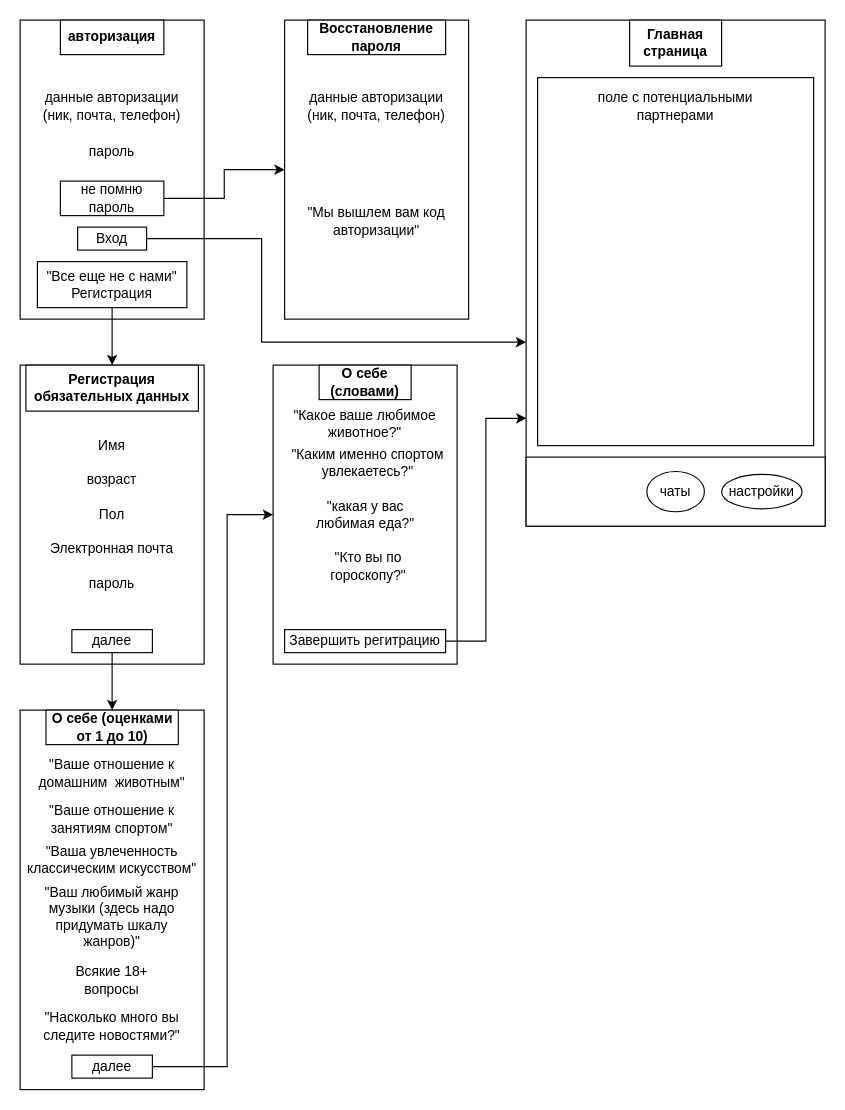
Before: Диаграмма без названия.drawio in OskarGaliullin231-329/tinder-analog, a draw.io diagram. Source tidied: cells renumbered, new cells numbered last; positions are measured from the earlier drawing's top-left corner, leaving out a move shared by most shapes. Both pictures are drawn from the tidied source at 115%, with x=0, y=0 at pixel (20, 20).
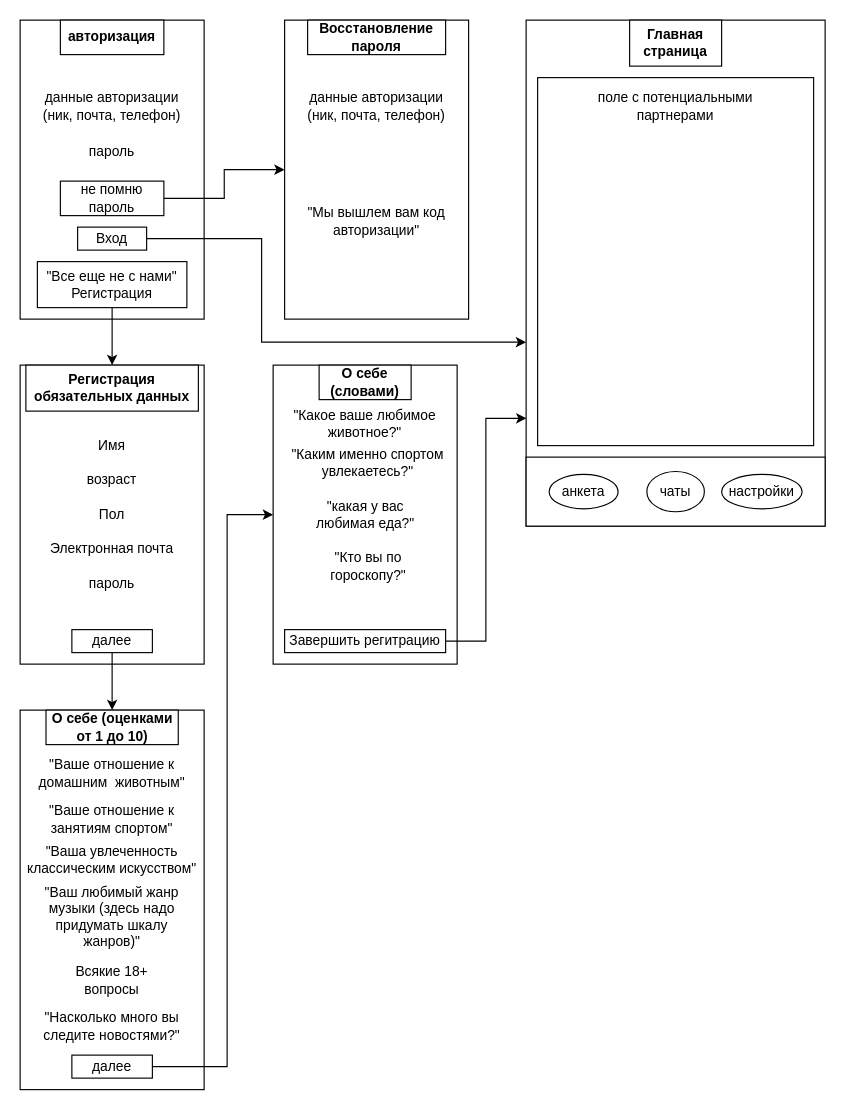
Above is the later version.

Diff of the diagram source:
```diff
@@
+    <mxCell id="50" value="анкета" style="ellipse;whiteSpace=wrap;html=1;" parent="1" vertex="1">
+      <mxGeometry x="460" y="395" width="60" height="30" as="geometry" />
+    </mxCell>
```
